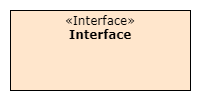
Above: adf-elements/sw@dt/interface.drawio.png in architecture-decomposition-framework/welcome-to-adf (draw.io), before the change. Source tidied: cells renumbered, new cells last; positions are measured from the earlier drawing's top-left corner, leaving out a move shared by most shapes.
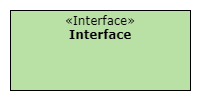
The same file after the commit.

Commit message:
clarified difference between interface elements at runtime and devtime

Change to the diagram source:
```diff
@@ -5,7 +5,7 @@
     <mxCell id="2" style="rounded=0;whiteSpace=wrap;html=1;strokeColor=none;" parent="1" vertex="1">
       <mxGeometry width="200" height="100" as="geometry" />
     </mxCell>
-    <mxCell id="3" value="&lt;p style=&quot;margin: 0px ; margin-top: 4px ; text-align: center&quot;&gt;&lt;font&gt;&lt;span class=&quot;char&quot;&gt;&lt;span class=&quot;vchar&quot; id=&quot;char-node&quot;&gt;«Interface&lt;/span&gt;&lt;/span&gt;&lt;span class=&quot;char&quot;&gt;&lt;span class=&quot;vchar&quot; id=&quot;char-node&quot;&gt;»&lt;br&gt;&lt;/span&gt;&lt;/span&gt;&lt;/font&gt;&lt;/p&gt;&lt;div style=&quot;text-align: center&quot;&gt;&lt;b&gt;&lt;font&gt;Interface&lt;/font&gt;&lt;/b&gt;&lt;/div&gt;&lt;p style=&quot;margin: 0px 0px 0px 4px&quot;&gt;&lt;br&gt;&lt;/p&gt;" style="verticalAlign=top;align=left;overflow=fill;fontSize=12;fontFamily=Verdana;html=1;fillColor=#ffe6cc;" parent="1" vertex="1">
+    <mxCell id="3" value="&lt;p style=&quot;margin: 0px ; margin-top: 4px ; text-align: center&quot;&gt;&lt;font&gt;&lt;span class=&quot;char&quot;&gt;&lt;span class=&quot;vchar&quot; id=&quot;char-node&quot;&gt;«Interface&lt;/span&gt;&lt;/span&gt;&lt;span class=&quot;char&quot;&gt;&lt;span class=&quot;vchar&quot; id=&quot;char-node&quot;&gt;»&lt;br&gt;&lt;/span&gt;&lt;/span&gt;&lt;/font&gt;&lt;/p&gt;&lt;div style=&quot;text-align: center&quot;&gt;&lt;b&gt;&lt;font&gt;Interface&lt;/font&gt;&lt;/b&gt;&lt;/div&gt;&lt;p style=&quot;margin: 0px 0px 0px 4px&quot;&gt;&lt;br&gt;&lt;/p&gt;" style="verticalAlign=top;align=left;overflow=fill;fontSize=12;fontFamily=Verdana;html=1;fillColor=#b9e0a5;" parent="1" vertex="1">
       <mxGeometry x="10" y="10" width="180" height="80" as="geometry" />
     </mxCell>
   </root>
```
